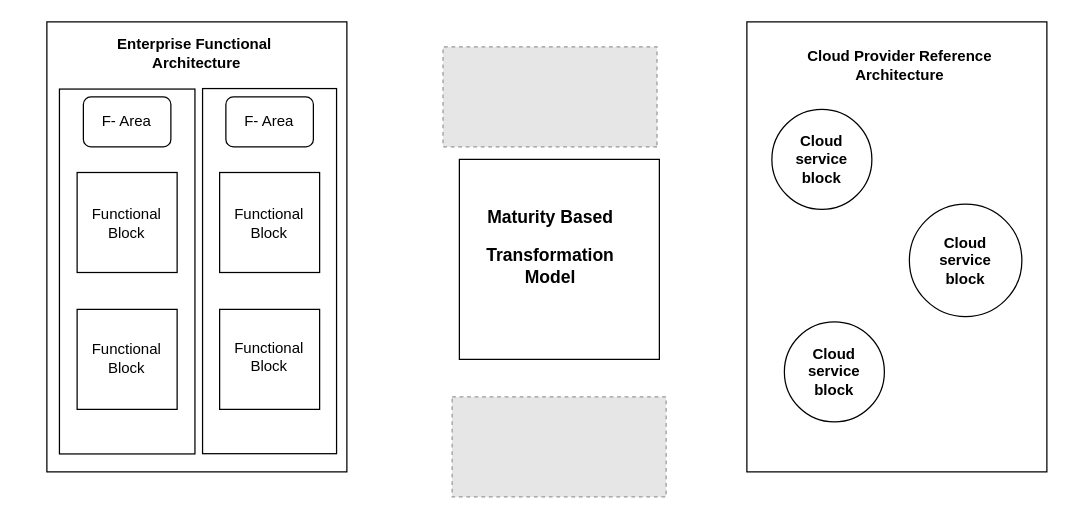
This is page "Page-1" (1 of 8) of Untitled Diagram.drawio from Vaikulkarni/PersonalWebsite, a draw.io file, before an edit. Source tidied: cells renumbered, new cells numbered last; positions are measured from the earlier drawing's top-left corner, leaving out a move shared by most shapes. Both pictures are drawn from the tidied source at 125%, with x=0, y=0 at pixel (-56, 34). Pictures stored in the file or linked from it are replaced by grey dashed boxes.
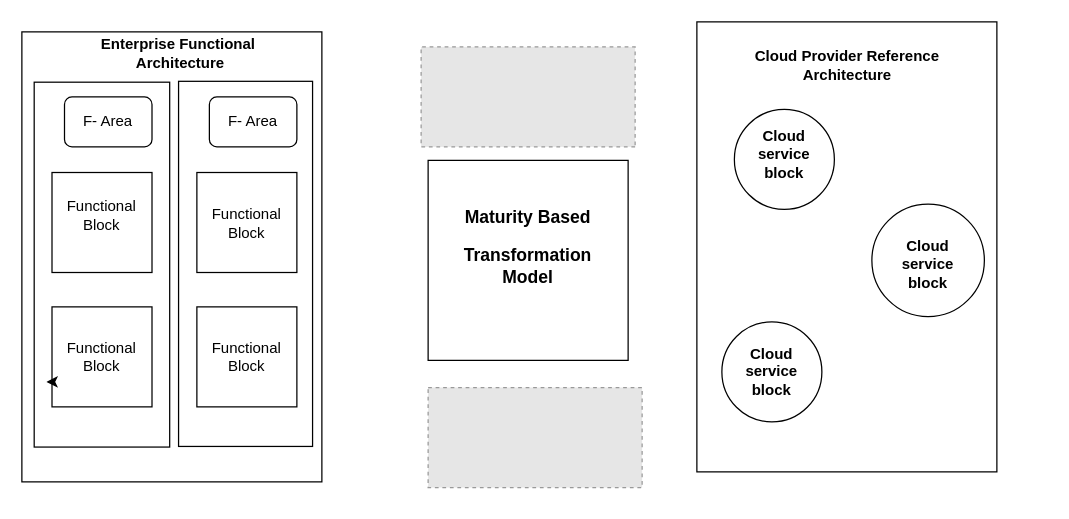
Above is the later version.

Change to the diagram source:
```diff
@@
     <mxCell id="2" style="rounded=0;whiteSpace=wrap;html=1;rotation=90;" parent="1" vertex="1">
-      <mxGeometry x="22" y="50" width="360" height="240" as="geometry" />
+      <mxGeometry x="2" y="58" width="360" height="240" as="geometry" />
     </mxCell>
     <mxCell id="3" value="&lt;b&gt;Enterprise Functional&amp;nbsp;&lt;br&gt;Architecture&lt;/b&gt;" style="text;html=1;strokeColor=none;fillColor=none;align=center;verticalAlign=middle;whiteSpace=wrap;rounded=0;" parent="1" vertex="1">
-      <mxGeometry x="127" width="150" height="30" as="geometry" />
+      <mxGeometry x="113.9" width="150" height="30" as="geometry" />
     </mxCell>
     <mxCell id="4" style="rounded=0;whiteSpace=wrap;html=1;rotation=90;" parent="1" vertex="1">
-      <mxGeometry x="0.3" y="135.5" width="291.9" height="108.4" as="geometry" />
+      <mxGeometry x="-19.9" y="130" width="291.9" height="108.4" as="geometry" />
     </mxCell>
     <mxCell id="5" style="whiteSpace=wrap;html=1;rotation=90;" parent="1" vertex="1">
-      <mxGeometry x="106.2" y="110.5" width="80" height="80" as="geometry" />
+      <mxGeometry x="86.1" y="110.5" width="80" height="80" as="geometry" />
     </mxCell>
     <mxCell id="6" style="whiteSpace=wrap;html=1;" parent="1" vertex="1">
-      <mxGeometry x="106.2" y="220" width="80" height="80" as="geometry" />
+      <mxGeometry x="86.1" y="218" width="80" height="80" as="geometry" />
     </mxCell>
     <mxCell id="7" style="rounded=0;whiteSpace=wrap;html=1;rotation=90;" parent="1" vertex="1">
-      <mxGeometry x="114.1" y="135.8" width="292.1" height="107.2" as="geometry" />
+      <mxGeometry x="94.9" y="130" width="292.1" height="107.2" as="geometry" />
     </mxCell>
     <mxCell id="8" value="Functional Block" style="whiteSpace=wrap;html=1;rotation=0;" parent="1" vertex="1">
-      <mxGeometry x="220.2" y="110.5" width="80" height="80" as="geometry" />
+      <mxGeometry x="202" y="110.5" width="80" height="80" as="geometry" />
     </mxCell>
     <mxCell id="9" style="whiteSpace=wrap;html=1;rotation=90;" parent="1" vertex="1">
-      <mxGeometry x="220.2" y="220" width="80" height="80" as="geometry" />
+      <mxGeometry x="202" y="218" width="80" height="80" as="geometry" />
     </mxCell>
     <mxCell id="10" value="F- Area" style="rounded=1;whiteSpace=wrap;html=1;" parent="1" vertex="1">
-      <mxGeometry x="111.2" y="50" width="70" height="40" as="geometry" />
+      <mxGeometry x="96.1" y="50" width="70" height="40" as="geometry" />
     </mxCell>
     <mxCell id="11" value="F- Area" style="rounded=1;whiteSpace=wrap;html=1;" parent="1" vertex="1">
-      <mxGeometry x="225.2" y="50" width="70" height="40" as="geometry" />
+      <mxGeometry x="212" y="50" width="70" height="40" as="geometry" />
     </mxCell>
     <mxCell id="12" value="Functional Block" style="text;html=1;strokeColor=none;fillColor=none;align=center;verticalAlign=middle;whiteSpace=wrap;rounded=0;" parent="1" vertex="1">
-      <mxGeometry x="116.2" y="135.5" width="60" height="30" as="geometry" />
+      <mxGeometry x="96.1" y="130" width="60" height="30" as="geometry" />
     </mxCell>
     <mxCell id="13" value="Functional Block" style="text;html=1;strokeColor=none;fillColor=none;align=center;verticalAlign=middle;whiteSpace=wrap;rounded=0;" parent="1" vertex="1">
-      <mxGeometry x="116.2" y="243.9" width="60" height="30" as="geometry" />
+      <mxGeometry x="96.1" y="243" width="60" height="30" as="geometry" />
     </mxCell>
     <mxCell id="14" value="Functional Block" style="text;html=1;strokeColor=none;fillColor=none;align=center;verticalAlign=middle;whiteSpace=wrap;rounded=0;" parent="1" vertex="1">
-      <mxGeometry x="230.2" y="243" width="60" height="30" as="geometry" />
+      <mxGeometry x="212" y="243" width="60" height="30" as="geometry" />
     </mxCell>
     <mxCell id="15" style="whiteSpace=wrap;html=1;" parent="1" vertex="1">
-      <mxGeometry x="412" y="100" width="160" height="160" as="geometry" />
+      <mxGeometry x="387" y="100.8" width="160" height="160" as="geometry" />
     </mxCell>
     <mxCell id="16" value="&lt;h3&gt;Maturity Based&lt;/h3&gt;&lt;h3&gt;Transformation Model&lt;/h3&gt;" style="text;html=1;strokeColor=none;fillColor=none;align=center;verticalAlign=middle;whiteSpace=wrap;rounded=0;" parent="1" vertex="1">
-      <mxGeometry x="439.5" y="130" width="90" height="80" as="geometry" />
+      <mxGeometry x="422" y="130" width="90" height="80" as="geometry" />
     </mxCell>
     <mxCell id="17" style="rounded=0;whiteSpace=wrap;html=1;rotation=90;" parent="1" vertex="1">
-      <mxGeometry x="582" y="50" width="360" height="240" as="geometry" />
+      <mxGeometry x="542" y="50" width="360" height="240" as="geometry" />
     </mxCell>
     <mxCell id="18" style="fillColor=#E6E6E6;strokeColor=#999999;dashed=1;verticalLabelPosition=bottom;labelBackgroundColor=default;verticalAlign=top;" parent="1" vertex="1">
-      <mxGeometry x="406.2" y="290" width="171.2" height="80" as="geometry" />
+      <mxGeometry x="387" y="282.5" width="171.2" height="80" as="geometry" />
     </mxCell>
     <mxCell id="19" style="fillColor=#E6E6E6;strokeColor=#999999;dashed=1;verticalLabelPosition=bottom;labelBackgroundColor=default;verticalAlign=top;rotation=-180;" parent="1" vertex="1">
-      <mxGeometry x="398.9" y="10" width="171.2" height="80" as="geometry" />
+      <mxGeometry x="381.4" y="10" width="171.2" height="80" as="geometry" />
     </mxCell>
     <mxCell id="20" value="&lt;b&gt;Cloud Provider Reference&lt;br&gt;Architecture&lt;br&gt;&lt;/b&gt;" style="text;html=1;strokeColor=none;fillColor=none;align=center;verticalAlign=middle;whiteSpace=wrap;rounded=0;" parent="1" vertex="1">
-      <mxGeometry x="687" width="155" height="50" as="geometry" />
+      <mxGeometry x="644.5" width="155" height="50" as="geometry" />
     </mxCell>
     <mxCell id="21" style="ellipse;whiteSpace=wrap;html=1;" parent="1" vertex="1">
-      <mxGeometry x="662" y="60" width="80" height="80" as="geometry" />
+      <mxGeometry x="632" y="60" width="80" height="80" as="geometry" />
     </mxCell>
     <mxCell id="22" value="&lt;b&gt;Cloud&lt;br&gt;service&lt;br&gt;block&lt;/b&gt;" style="text;html=1;strokeColor=none;fillColor=none;align=center;verticalAlign=middle;whiteSpace=wrap;rounded=0;" parent="1" vertex="1">
-      <mxGeometry x="672" y="85" width="60" height="30" as="geometry" />
+      <mxGeometry x="642" y="80.5" width="60" height="30" as="geometry" />
     </mxCell>
     <mxCell id="23" style="ellipse;whiteSpace=wrap;html=1;" parent="1" vertex="1">
-      <mxGeometry x="772" y="135.8" width="90" height="90" as="geometry" />
+      <mxGeometry x="742" y="135.8" width="90" height="90" as="geometry" />
     </mxCell>
     <mxCell id="24" style="ellipse;whiteSpace=wrap;html=1;" parent="1" vertex="1">
-      <mxGeometry x="672" y="230" width="80" height="80" as="geometry" />
+      <mxGeometry x="622" y="230" width="80" height="80" as="geometry" />
     </mxCell>
     <mxCell id="25" value="&lt;b&gt;Cloud&lt;br&gt;service&lt;br&gt;block&lt;/b&gt;" style="text;html=1;strokeColor=none;fillColor=none;align=center;verticalAlign=middle;whiteSpace=wrap;rounded=0;" parent="1" vertex="1">
-      <mxGeometry x="787" y="165.8" width="60" height="30" as="geometry" />
+      <mxGeometry x="757" y="166.5" width="60" height="34.2" as="geometry" />
     </mxCell>
     <mxCell id="26" value="&lt;b&gt;Cloud&lt;br&gt;service&lt;br&gt;block&lt;/b&gt;" style="text;html=1;strokeColor=none;fillColor=none;align=center;verticalAlign=middle;whiteSpace=wrap;rounded=0;" parent="1" vertex="1">
-      <mxGeometry x="682" y="255" width="60" height="30" as="geometry" />
+      <mxGeometry x="632" y="257.5" width="60" height="25" as="geometry" />
     </mxCell>
+    <mxCell id="27" style="edgeStyle=orthogonalEdgeStyle;rounded=0;orthogonalLoop=1;jettySize=auto;html=1;exitX=0;exitY=0.75;exitDx=0;exitDy=0;entryX=-0.055;entryY=0.745;entryDx=0;entryDy=0;entryPerimeter=0;" parent="1" edge="1" source="6" target="6">
+      <mxGeometry relative="1" as="geometry" />
+    </mxCell>
```
